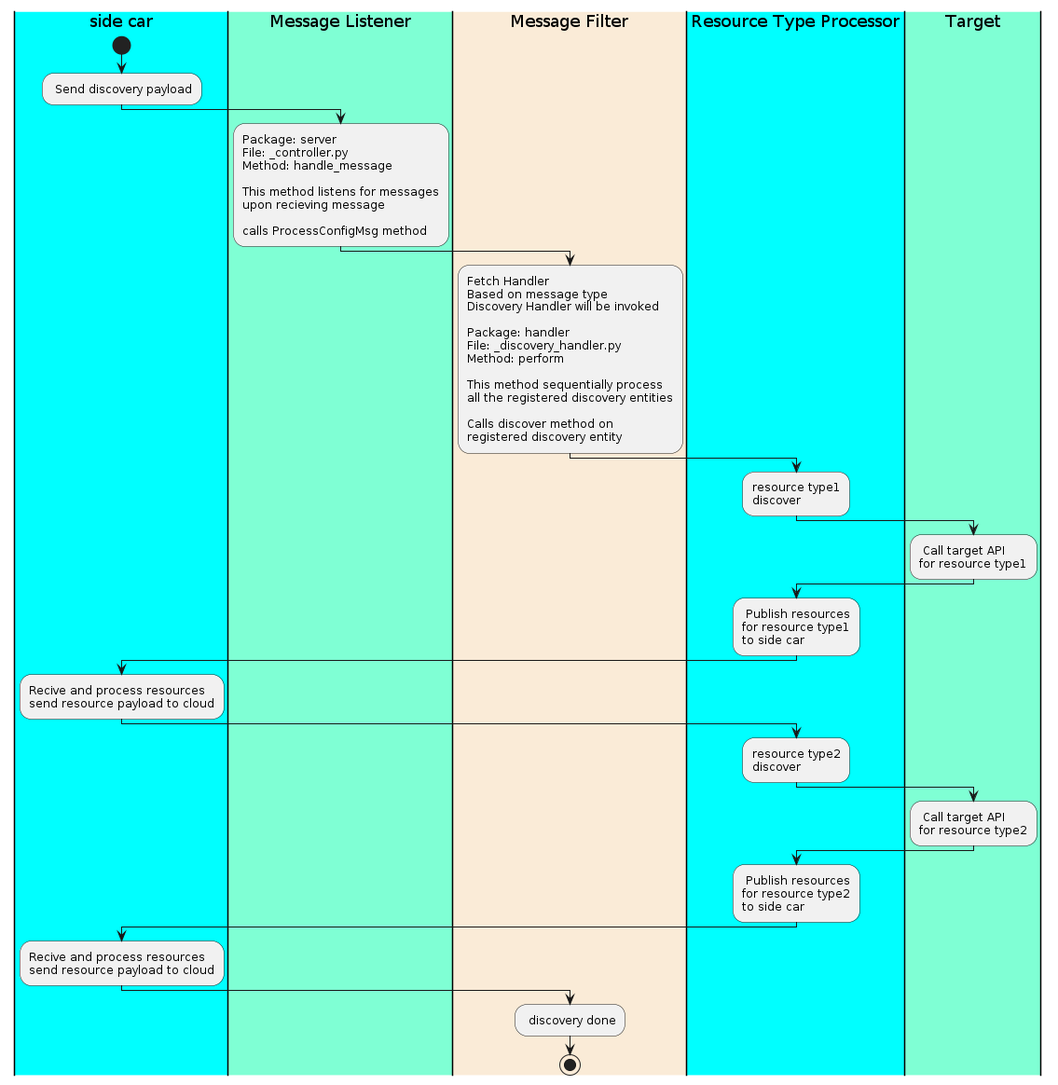
Earlier version of the PlantUML export images/discovery_message_processing.png (gupteswarameesala/sdk2.0).
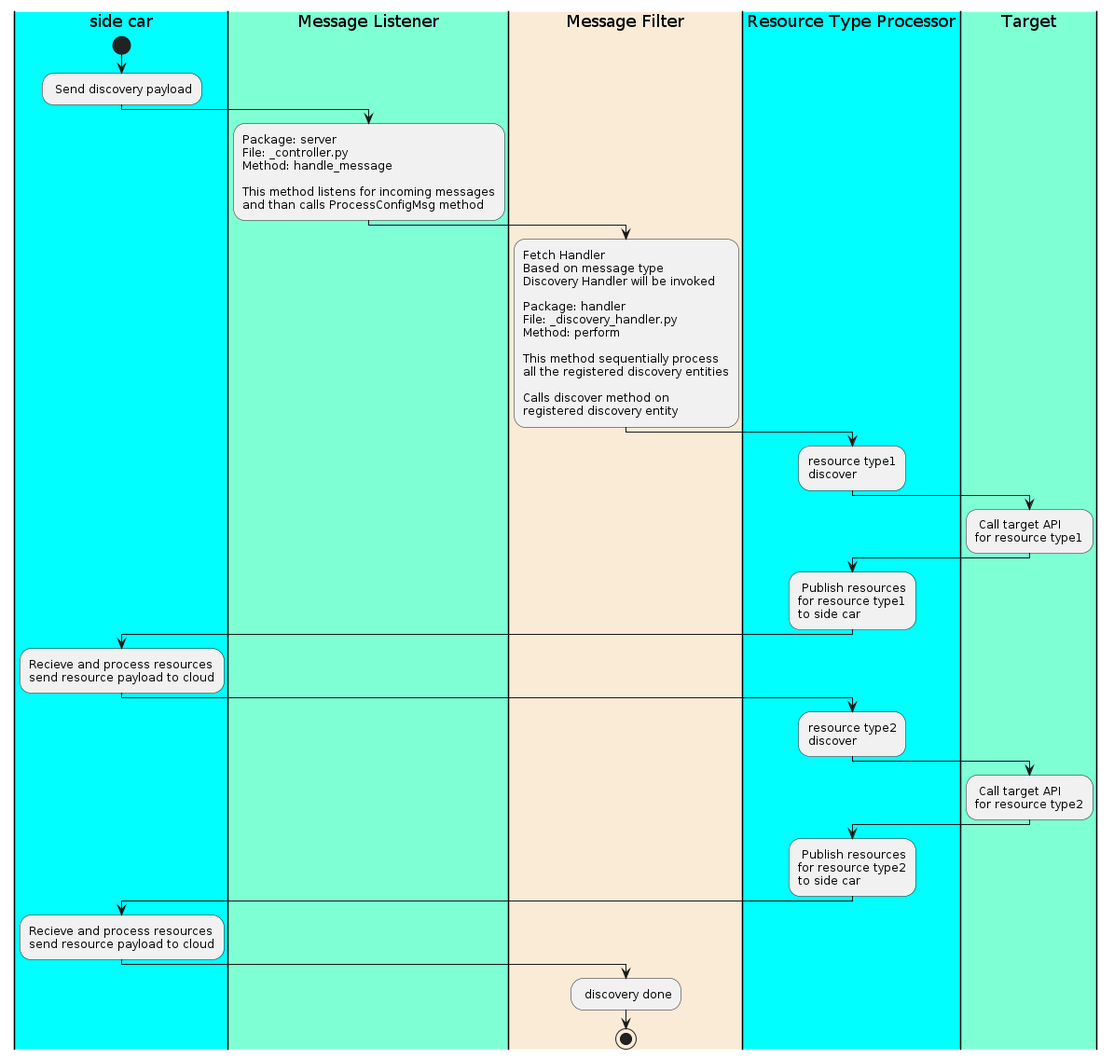
The same file after the commit.

Diff of the diagram source:
```diff
@@ -7,10 +7,8 @@
 File: _controller.py
 Method: handle_message
 
-This method listens for messages
-upon recieving message
-
-calls ProcessConfigMsg method;
+This method listens for incoming messages
+and than calls ProcessConfigMsg method;
 |#AntiqueWhite|Message Filter|
 :Fetch Handler
 Based on message type
@@ -37,7 +35,7 @@
 for resource type1
 to side car;
 |side car|
-:Recive and process resources
+:Recieve and process resources
 send resource payload to cloud;
 |Resource Type Processor|
 :resource type2
@@ -50,7 +48,7 @@
 for resource type2
 to side car;
 |side car|
-:Recive and process resources
+:Recieve and process resources
 send resource payload to cloud;
 |Message Filter|
 : discovery done;
```
